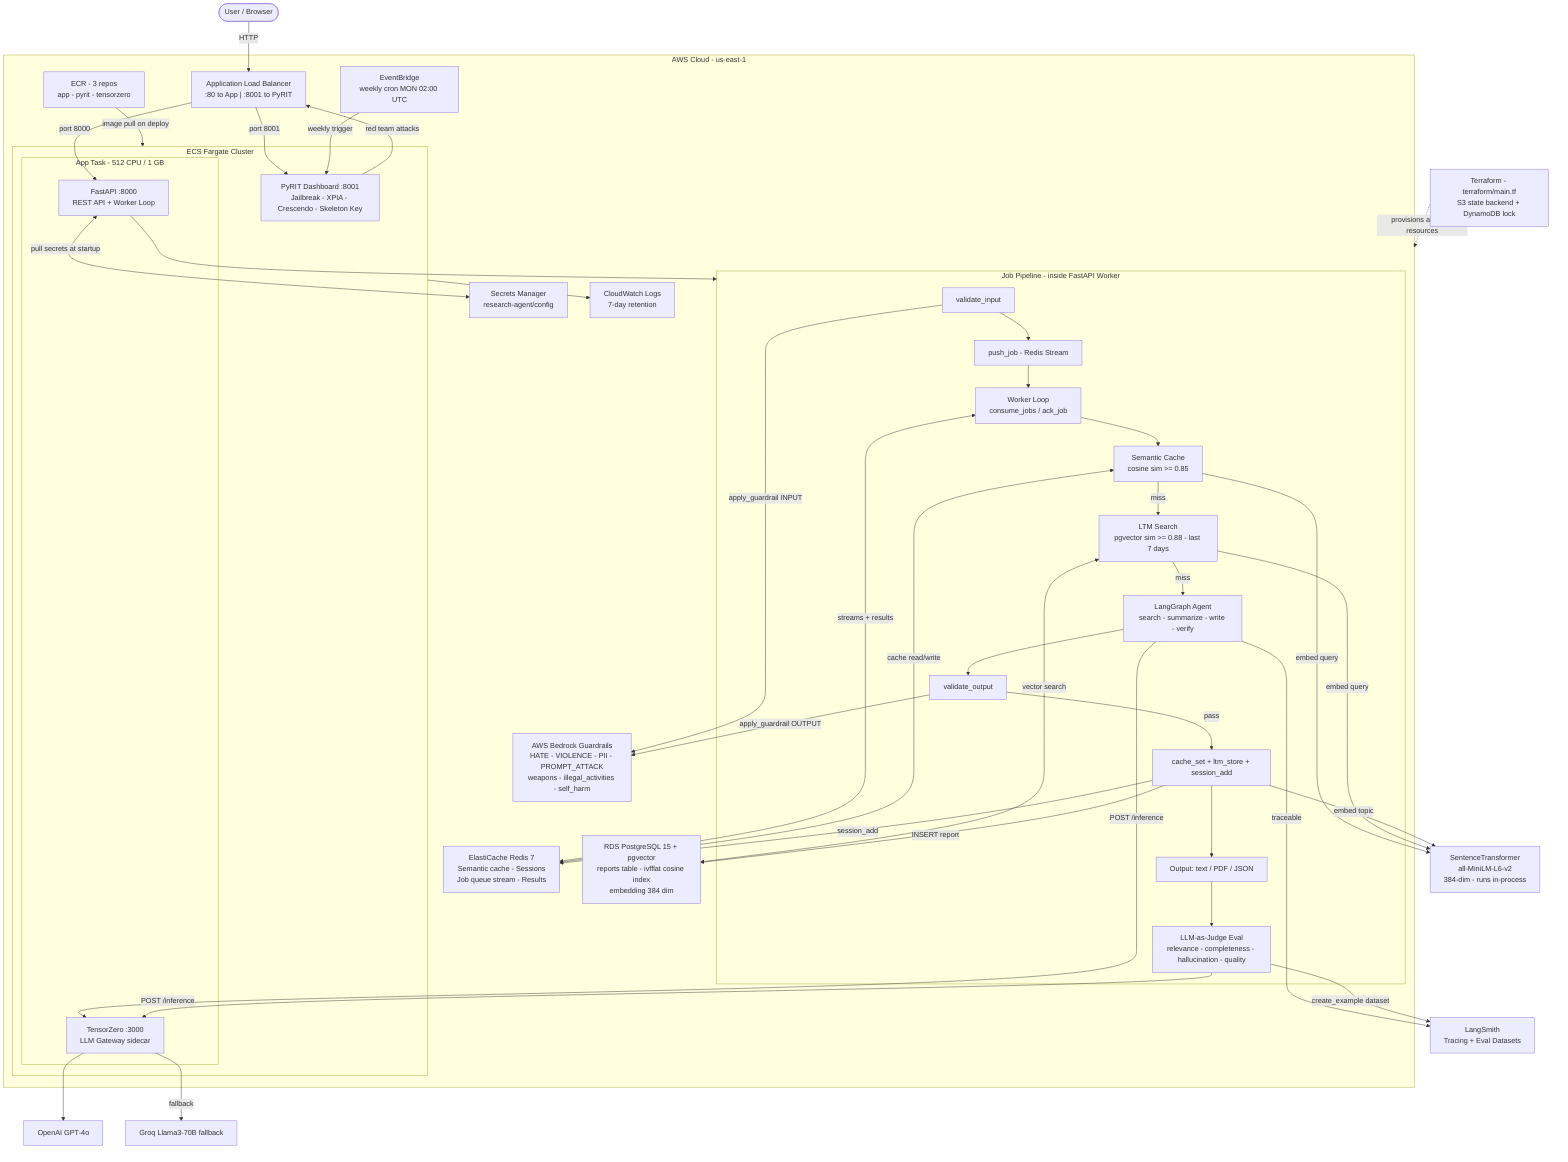
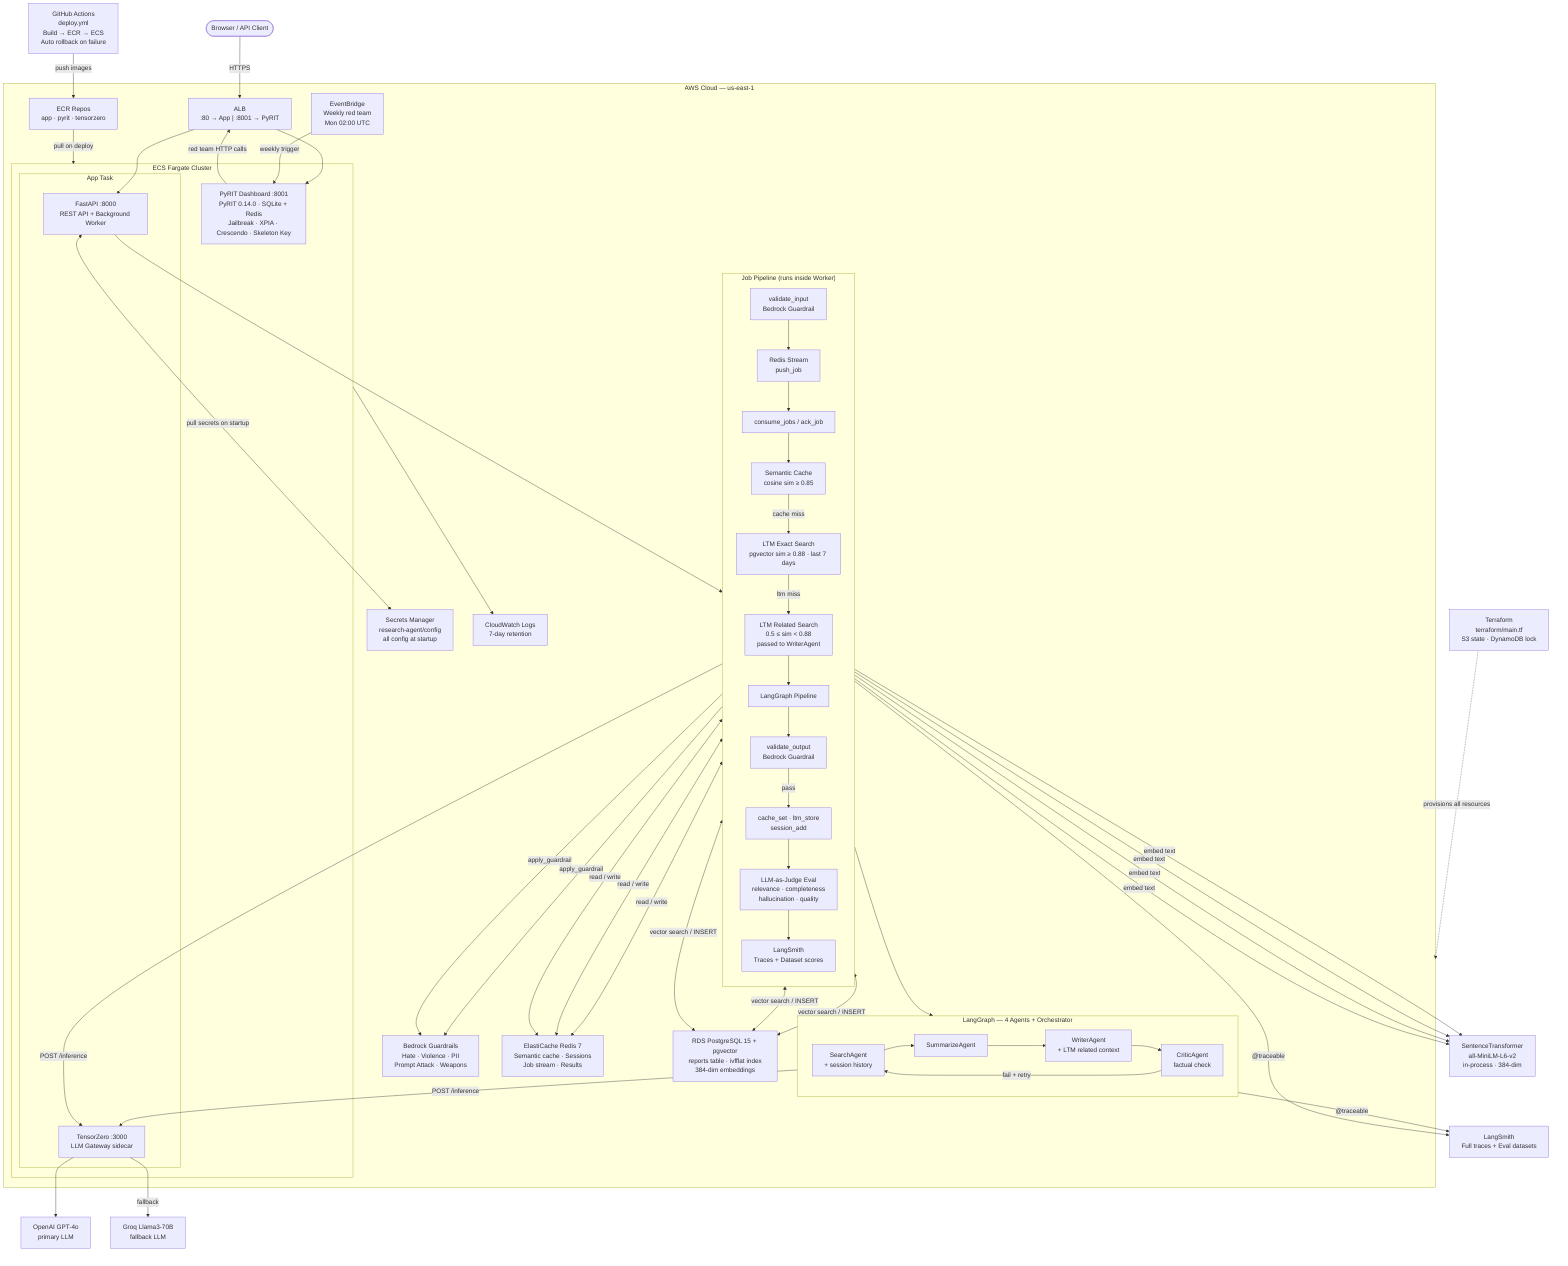
flowchart TD
-     User(["User / Browser"])

-     subgraph CLOUD["AWS Cloud - us-east-1"]
-         ALB["Application Load Balancer\n:80 to App  |  :8001 to PyRIT"]
+     User(["Browser / API Client"])
+ 
+     subgraph AWS["AWS Cloud — us-east-1"]
+ 
+         ALB["ALB\n:80 → App  |  :8001 → PyRIT"]

        subgraph ECS["ECS Fargate Cluster"]
-             subgraph AppTask["App Task - 512 CPU / 1 GB"]
-                 FastAPI["FastAPI :8000\nREST API + Worker Loop"]
-                 TZero["TensorZero :3000\nLLM Gateway sidecar"]
+ 
+             subgraph AppTask["App Task"]
+                 API["FastAPI :8000\nREST API + Background Worker"]
+                 TZ["TensorZero :3000\nLLM Gateway sidecar"]
            end
-             PyRIT["PyRIT Dashboard :8001\nJailbreak - XPIA - Crescendo - Skeleton Key"]
+ 
+             PyRIT["PyRIT Dashboard :8001\nPyRIT 0.14.0 · SQLite + Redis\nJailbreak · XPIA · Crescendo · Skeleton Key"]
+ 
        end

-         subgraph Pipeline["Job Pipeline - inside FastAPI Worker"]
-             GI["validate_input"] --> Push["push_job - Redis Stream"]
-             Push --> WL["Worker Loop\nconsume_jobs / ack_job"]
-             WL --> SC["Semantic Cache\ncosine sim >= 0.85"]
-             SC -->|miss| LTMS["LTM Search\npgvector sim >= 0.88 - last 7 days"]
-             LTMS -->|miss| AG["LangGraph Agent\nsearch - summarize - write - verify"]
-             AG --> GO["validate_output"]
-             GO -->|pass| STORE["cache_set + ltm_store + session_add"]
-             STORE --> OUT["Output: text / PDF / JSON"]
-             OUT --> EVAL["LLM-as-Judge Eval\nrelevance - completeness - hallucination - quality"]
+         subgraph JobPipeline["Job Pipeline  (runs inside Worker)"]
+             direction TB
+             V1["validate_input\nBedrock Guardrail"] --> Q["Redis Stream\npush_job"]
+             Q --> W["consume_jobs / ack_job"]
+             W --> C["Semantic Cache\ncosine sim ≥ 0.85"]
+             C -->|"cache miss"| L["LTM Exact Search\npgvector sim ≥ 0.88 · last 7 days"]
+             L -->|"ltm miss"| LA["LTM Related Search\n0.5 ≤ sim < 0.88\npassed to WriterAgent"]
+             LA --> G["LangGraph Pipeline"]
+             G --> V2["validate_output\nBedrock Guardrail"]
+             V2 -->|"pass"| S["cache_set · ltm_store\nsession_add"]
+             S --> E["LLM-as-Judge Eval\nrelevance · completeness\nhallucination · quality"]
+             E --> LS["LangSmith\nTraces + Dataset scores"]
        end

-         Bedrock["AWS Bedrock Guardrails\nHATE - VIOLENCE - PII - PROMPT_ATTACK\nweapons - illegal_activities - self_harm"]
-         Secrets["Secrets Manager\nresearch-agent/config"]
-         Redis["ElastiCache Redis 7\nSemantic cache - Sessions\nJob queue stream - Results"]
-         PG["RDS PostgreSQL 15 + pgvector\nreports table - ivfflat cosine index\nembedding 384 dim"]
-         ECR["ECR - 3 repos\napp - pyrit - tensorzero"]
+         subgraph Agents["LangGraph — 4 Agents + Orchestrator"]
+             direction LR
+             Search["SearchAgent\n+ session history"] --> Sum["SummarizeAgent"]
+             Sum --> Write["WriterAgent\n+ LTM related context"]
+             Write --> Critic["CriticAgent\nfactual check"]
+             Critic -->|"fail + retry"| Search
+         end
+ 
+         Bedrock["Bedrock Guardrails\nHate · Violence · PII\nPrompt Attack · Weapons"]
+         Secrets["Secrets Manager\nresearch-agent/config\nall config at startup"]
+         Redis["ElastiCache Redis 7\nSemantic cache · Sessions\nJob stream · Results"]
+         RDS["RDS PostgreSQL 15 + pgvector\nreports table · ivfflat index\n384-dim embeddings"]
+         ECR["ECR Repos\napp · pyrit · tensorzero"]
        CW["CloudWatch Logs\n7-day retention"]
-         EB["EventBridge\nweekly cron MON 02:00 UTC"]
+         EB["EventBridge\nWeekly red team\nMon 02:00 UTC"]
+ 
    end

-     OpenAI["OpenAI GPT-4o"]
-     Groq["Groq Llama3-70B fallback"]
-     LangSmith["LangSmith\nTracing + Eval Datasets"]
-     ST["SentenceTransformer\nall-MiniLM-L6-v2\n384-dim - runs in-process"]
-     TF["Terraform - terraform/main.tf\nS3 state backend + DynamoDB lock"]
+     OpenAI["OpenAI GPT-4o\nprimary LLM"]
+     Groq["Groq Llama3-70B\nfallback LLM"]
+     LangSmith["LangSmith\nFull traces + Eval datasets"]
+     ST["SentenceTransformer\nall-MiniLM-L6-v2\nin-process · 384-dim"]
+     TF["Terraform\nterraform/main.tf\nS3 state · DynamoDB lock"]
+     GH["GitHub Actions\ndeploy.yml\nBuild → ECR → ECS\nAuto rollback on failure"]

-     User -->|HTTP| ALB
-     ALB -->|port 8000| FastAPI
-     ALB -->|port 8001| PyRIT
-     PyRIT -->|red team attacks| ALB
-     EB -->|weekly trigger| PyRIT
+     User -->|"HTTPS"| ALB
+     ALB --> API
+     ALB --> PyRIT
+     PyRIT -->|"red team HTTP calls"| ALB
+     EB -->|"weekly trigger"| PyRIT

-     FastAPI --> Pipeline
-     FastAPI <-->|pull secrets at startup| Secrets
-     GI -->|apply_guardrail INPUT| Bedrock
-     GO -->|apply_guardrail OUTPUT| Bedrock
+     API <-->|"pull secrets on startup"| Secrets
+     API --> JobPipeline
+     G --> Agents

-     SC -->|embed query| ST
-     LTMS -->|embed query| ST
-     STORE -->|embed topic| ST
+     V1 & V2 -->|"apply_guardrail"| Bedrock

-     WL <-->|streams + results| Redis
-     SC <-->|cache read/write| Redis
-     STORE -->|session_add| Redis
+     C & L & LA & S -->|"embed text"| ST
+     W & C & S <-->|"read / write"| Redis
+     L & LA & S <-->|"vector search / INSERT"| RDS

-     LTMS <-->|vector search| PG
-     STORE -->|INSERT report| PG
+     Agents -->|"POST /inference"| TZ
+     E -->|"POST /inference"| TZ
+     TZ --> OpenAI
+     TZ -->|"fallback"| Groq

-     AG -->|POST /inference| TZero
-     EVAL -->|POST /inference| TZero
-     TZero --> OpenAI
-     TZero -->|fallback| Groq
+     Agents & E -->|"@traceable"| LangSmith

-     AG -->|traceable| LangSmith
-     EVAL -->|create_example dataset| LangSmith
- 
-     ECR -->|image pull on deploy| ECS
+     GH -->|"push images"| ECR
+     ECR -->|"pull on deploy"| ECS
    ECS --> CW
-     TF -.->|provisions all AWS resources| CLOUD
+     TF -.->|"provisions all resources"| AWS
